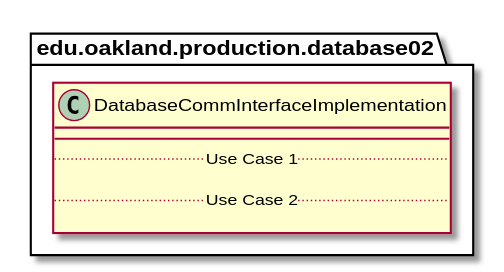
Earlier version of the PlantUML export docs/uml-class-diagrams/database/production/DatabaseCommInterfaceImplementation/DatabaseCommInterfaceImplementation.svg (andrewdimmer/csi-3370-software-project). Source of this version:
```plantuml
@startuml DatabaseCommInterfaceImplementation

package edu.oakland.production.database02 {
    class DatabaseCommInterfaceImplementation {
        __
        .. Use Case 1 ..

        .. Use Case 2 ..

    }
}

@enduml
```
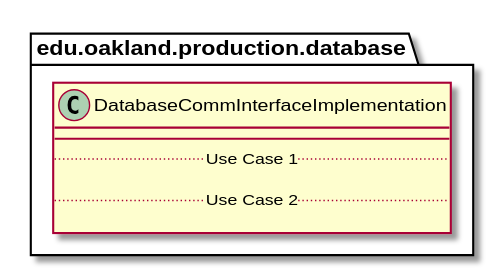
After the change.

The edit, as a diff of the source:
```diff
@@ -1,6 +1,6 @@
 @startuml DatabaseCommInterfaceImplementation
 
-package edu.oakland.production.database02 {
+package edu.oakland.production.database {
     class DatabaseCommInterfaceImplementation {
         __
         .. Use Case 1 ..
```
